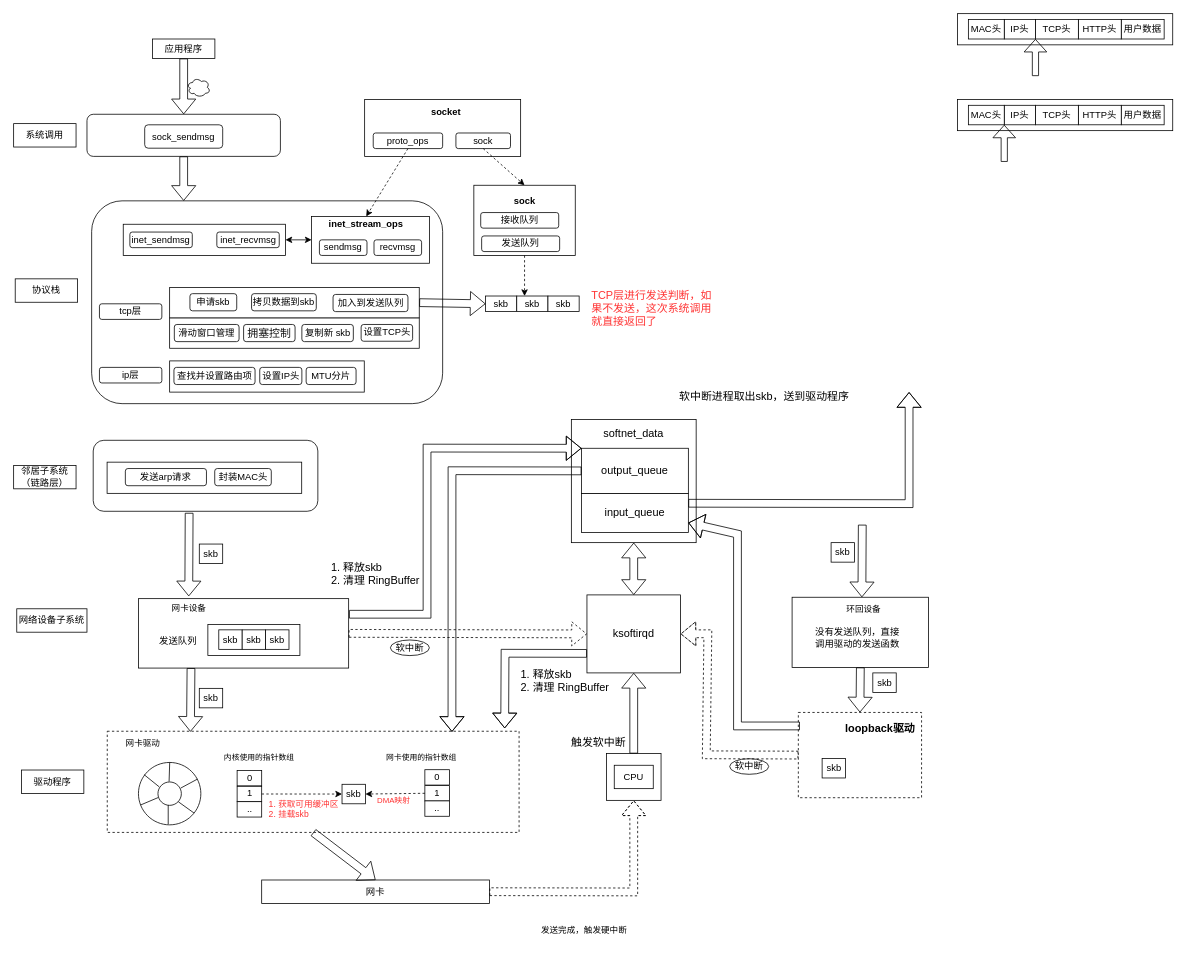
The draw.io diagram page "网络包发送" (2 of 2) of 图解网络.drawio in JianHao-Chen/UML, before the edit. Source tidied: cells renumbered, new cells numbered last; positions are measured from the earlier drawing's top-left corner, leaving out a move shared by most shapes. Both pictures are drawn from the tidied source at 78%, with x=0, y=0 at pixel (13, 13).
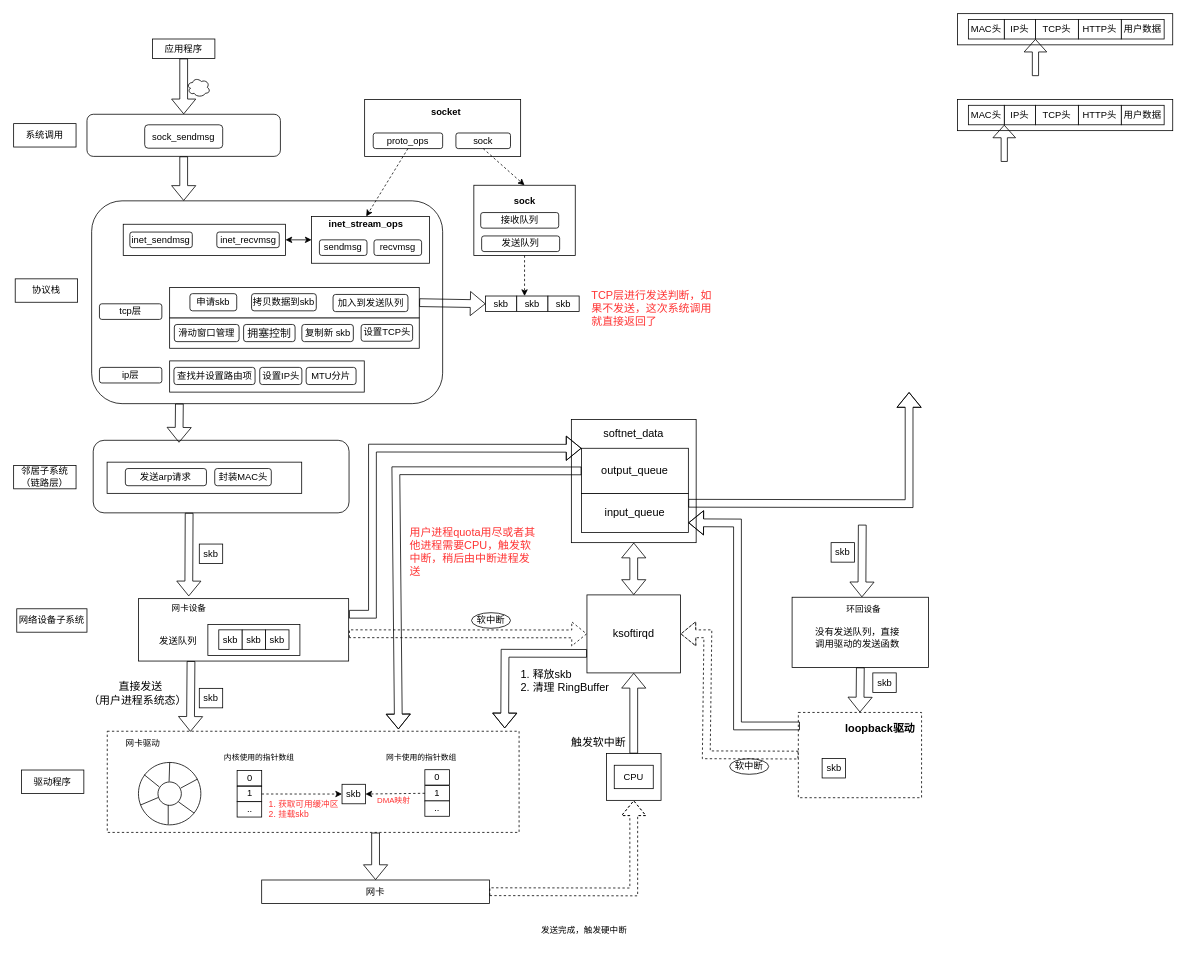
The same page after the edit.

Commit message (it also covers changes not shown here):
更新图解网络.drawio

The change refers to these unchanged cells:
```xml
<mxCell id="3" style="rounded=1;whiteSpace=wrap;html=1;fontSize=14;" parent="1" vertex="1">
  <mxGeometry x="100" y="240" width="450" height="260" as="geometry" />
</mxCell>
<mxCell id="10" style="rounded=0;whiteSpace=wrap;html=1;strokeWidth=1;fontSize=11;fontColor=#000000;dashed=1;" parent="1" vertex="1">
  <mxGeometry x="120" y="920" width="528" height="129.7" as="geometry" />
</mxCell>
<mxCell id="65" value="网卡" style="rounded=0;whiteSpace=wrap;html=1;strokeWidth=1;fontSize=12;" parent="1" vertex="1">
  <mxGeometry x="318" y="1110.7" width="292" height="30" as="geometry" />
</mxCell>
<mxCell id="74" value="&lt;font style=&quot;font-size: 14px;&quot;&gt;output_queue&lt;/font&gt;" style="rounded=0;whiteSpace=wrap;html=1;strokeWidth=1;fontSize=12;" parent="1" vertex="1">
  <mxGeometry x="728" y="557.2" width="137" height="58" as="geometry" />
</mxCell>
<mxCell id="76" value="&lt;font style=&quot;font-size: 14px;&quot;&gt;ksoftirqd&lt;/font&gt;" style="rounded=0;whiteSpace=wrap;html=1;strokeWidth=1;fontSize=12;" parent="1" vertex="1">
  <mxGeometry x="735" y="745.2" width="120" height="100" as="geometry" />
</mxCell>
<mxCell id="104" value="&lt;font style=&quot;font-size: 14px;&quot;&gt;input_queue&lt;/font&gt;" style="rounded=0;whiteSpace=wrap;html=1;strokeWidth=1;fontSize=12;" parent="1" vertex="1">
  <mxGeometry x="728" y="615.2" width="137" height="50" as="geometry" />
</mxCell>
```

Diff of the diagram source:
```diff
@@
     <mxCell id="2" style="rounded=1;whiteSpace=wrap;html=1;fontFamily=Helvetica;fontSize=14;" parent="1" vertex="1">
-      <mxGeometry x="102" y="547" width="288" height="91" as="geometry" />
+      <mxGeometry x="102" y="547" width="328" height="93" as="geometry" />
     </mxCell>
@@
     <mxCell id="9" style="rounded=0;whiteSpace=wrap;html=1;strokeWidth=1;fontSize=11;fontColor=#000000;" parent="1" vertex="1">
-      <mxGeometry x="160" y="750" width="269.5" height="89" as="geometry" />
+      <mxGeometry x="160" y="750" width="269.5" height="80" as="geometry" />
     </mxCell>
@@
     <mxCell id="77" value="软中断" style="ellipse;whiteSpace=wrap;html=1;strokeWidth=1;fontSize=12;" parent="1" vertex="1">
-      <mxGeometry x="483" y="803" width="50" height="20" as="geometry" />
+      <mxGeometry x="587" y="768" width="50" height="20" as="geometry" />
     </mxCell>
@@
-    <mxCell id="115" style="shape=flexArrow;endArrow=classic;html=1;rounded=0;fontSize=12;exitX=0.5;exitY=1;exitDx=0;exitDy=0;entryX=0.5;entryY=0;entryDx=0;entryDy=0;" parent="1" edge="1" source="10" target="65">
-      <mxGeometry relative="1" as="geometry" />
+    <mxCell id="115" style="shape=flexArrow;endArrow=classic;html=1;rounded=0;fontSize=12;entryX=0.5;entryY=0;entryDx=0;entryDy=0;" parent="1" edge="1" target="65">
+      <mxGeometry relative="1" as="geometry">
+        <mxPoint x="464" y="1050" as="sourcePoint" />
+      </mxGeometry>
     </mxCell>
-    <mxCell id="116" style="shape=flexArrow;endArrow=classic;html=1;rounded=0;dashed=1;exitX=1;exitY=0.5;exitDx=0;exitDy=0;entryX=0;entryY=0.5;entryDx=0;entryDy=0;" parent="1" edge="1" source="9" target="76">
-      <mxGeometry relative="1" as="geometry" />
+    <mxCell id="116" style="shape=flexArrow;endArrow=classic;html=1;rounded=0;dashed=1;entryX=0;entryY=0.5;entryDx=0;entryDy=0;" parent="1" edge="1" target="76">
+      <mxGeometry relative="1" as="geometry">
+        <mxPoint x="430" y="795" as="sourcePoint" />
+      </mxGeometry>
     </mxCell>
     <mxCell id="117" style="shape=flexArrow;endArrow=classic;html=1;rounded=0;entryX=0;entryY=0;entryDx=0;entryDy=0;" parent="1" edge="1" target="74">
       <mxGeometry relative="1" as="geometry">
         <mxPoint x="430" y="770" as="sourcePoint" />
         <Array as="points">
-          <mxPoint x="530" y="770" />
-          <mxPoint x="530" y="557" />
+          <mxPoint x="460" y="770" />
+          <mxPoint x="460" y="557" />
         </Array>
       </mxGeometry>
     </mxCell>
@@
     <mxCell id="120" style="shape=flexArrow;endArrow=classic;html=1;rounded=0;fontSize=14;entryX=1;entryY=0.75;entryDx=0;entryDy=0;" parent="1" edge="1" target="104">
       <mxGeometry relative="1" as="geometry">
         <mxPoint x="1008" y="913.2" as="sourcePoint" />
         <Array as="points">
           <mxPoint x="928" y="913.2" />
-          <mxPoint x="928" y="667.2" />
+          <mxPoint x="928" y="653" />
         </Array>
       </mxGeometry>
     </mxCell>
@@
-    <mxCell id="123" style="shape=flexArrow;endArrow=classic;html=1;rounded=0;fontSize=14;exitX=0;exitY=0.5;exitDx=0;exitDy=0;entryX=0.837;entryY=0.006;entryDx=0;entryDy=0;entryPerimeter=0;" parent="1" edge="1" source="74" target="10">
+    <mxCell id="123" style="shape=flexArrow;endArrow=classic;html=1;rounded=0;fontSize=14;exitX=0;exitY=0.5;exitDx=0;exitDy=0;entryX=0.707;entryY=-0.019;entryDx=0;entryDy=0;entryPerimeter=0;" parent="1" edge="1" source="74" target="10">
       <mxGeometry relative="1" as="geometry">
         <Array as="points">
-          <mxPoint x="562" y="586" />
+          <mxPoint x="490" y="586" />
         </Array>
       </mxGeometry>
     </mxCell>
@@
-    <mxCell id="128" value="软中断进程取出skb，送到驱动程序" style="text;html=1;strokeColor=none;fillColor=none;align=center;verticalAlign=middle;whiteSpace=wrap;rounded=0;fontSize=14;" parent="1" vertex="1">
-      <mxGeometry x="847" y="475.5" width="231" height="30" as="geometry" />
-    </mxCell>
@@
-    <mxCell id="139" value="&lt;div style=&quot;text-align: left;&quot;&gt;&lt;span style=&quot;background-color: initial;&quot;&gt;1. 释放skb&lt;/span&gt;&lt;/div&gt;&lt;div style=&quot;text-align: left;&quot;&gt;&lt;span style=&quot;background-color: initial;&quot;&gt;2. 清理 RingBuffer&lt;/span&gt;&lt;/div&gt;" style="text;html=1;strokeColor=none;fillColor=none;align=center;verticalAlign=middle;whiteSpace=wrap;rounded=0;fontSize=14;" parent="1" vertex="1">
-      <mxGeometry x="394" y="703.2" width="140" height="30" as="geometry" />
+    <mxCell id="139" value="&lt;div style=&quot;&quot;&gt;&lt;font color=&quot;#ff3333&quot;&gt;用户进程quota用尽或者其他进程需要CPU，触发软中断，稍后由中断进程发送&lt;/font&gt;&lt;/div&gt;" style="text;html=1;strokeColor=none;fillColor=none;align=left;verticalAlign=middle;whiteSpace=wrap;rounded=0;fontSize=14;" parent="1" vertex="1">
+      <mxGeometry x="505.5" y="665.2" width="168" height="50" as="geometry" />
     </mxCell>
+    <mxCell id="140" value="&lt;div style=&quot;&quot;&gt;&amp;nbsp; &amp;nbsp; &amp;nbsp; &amp;nbsp; &amp;nbsp; 直接发送&lt;br&gt;（用户进程系统态）&lt;/div&gt;" style="text;html=1;strokeColor=none;fillColor=none;align=left;verticalAlign=middle;whiteSpace=wrap;rounded=0;fontSize=14;" parent="1" vertex="1">
+      <mxGeometry x="94" y="845.9" width="132" height="50" as="geometry" />
+    </mxCell>
+    <mxCell id="141" style="shape=flexArrow;endArrow=classic;html=1;rounded=0;fontFamily=Helvetica;fontSize=14;fontColor=#FF3333;exitX=0.25;exitY=1;exitDx=0;exitDy=0;" parent="1" edge="1" source="3">
+      <mxGeometry relative="1" as="geometry">
+        <mxPoint x="212" y="550" as="targetPoint" />
+      </mxGeometry>
+    </mxCell>
```
